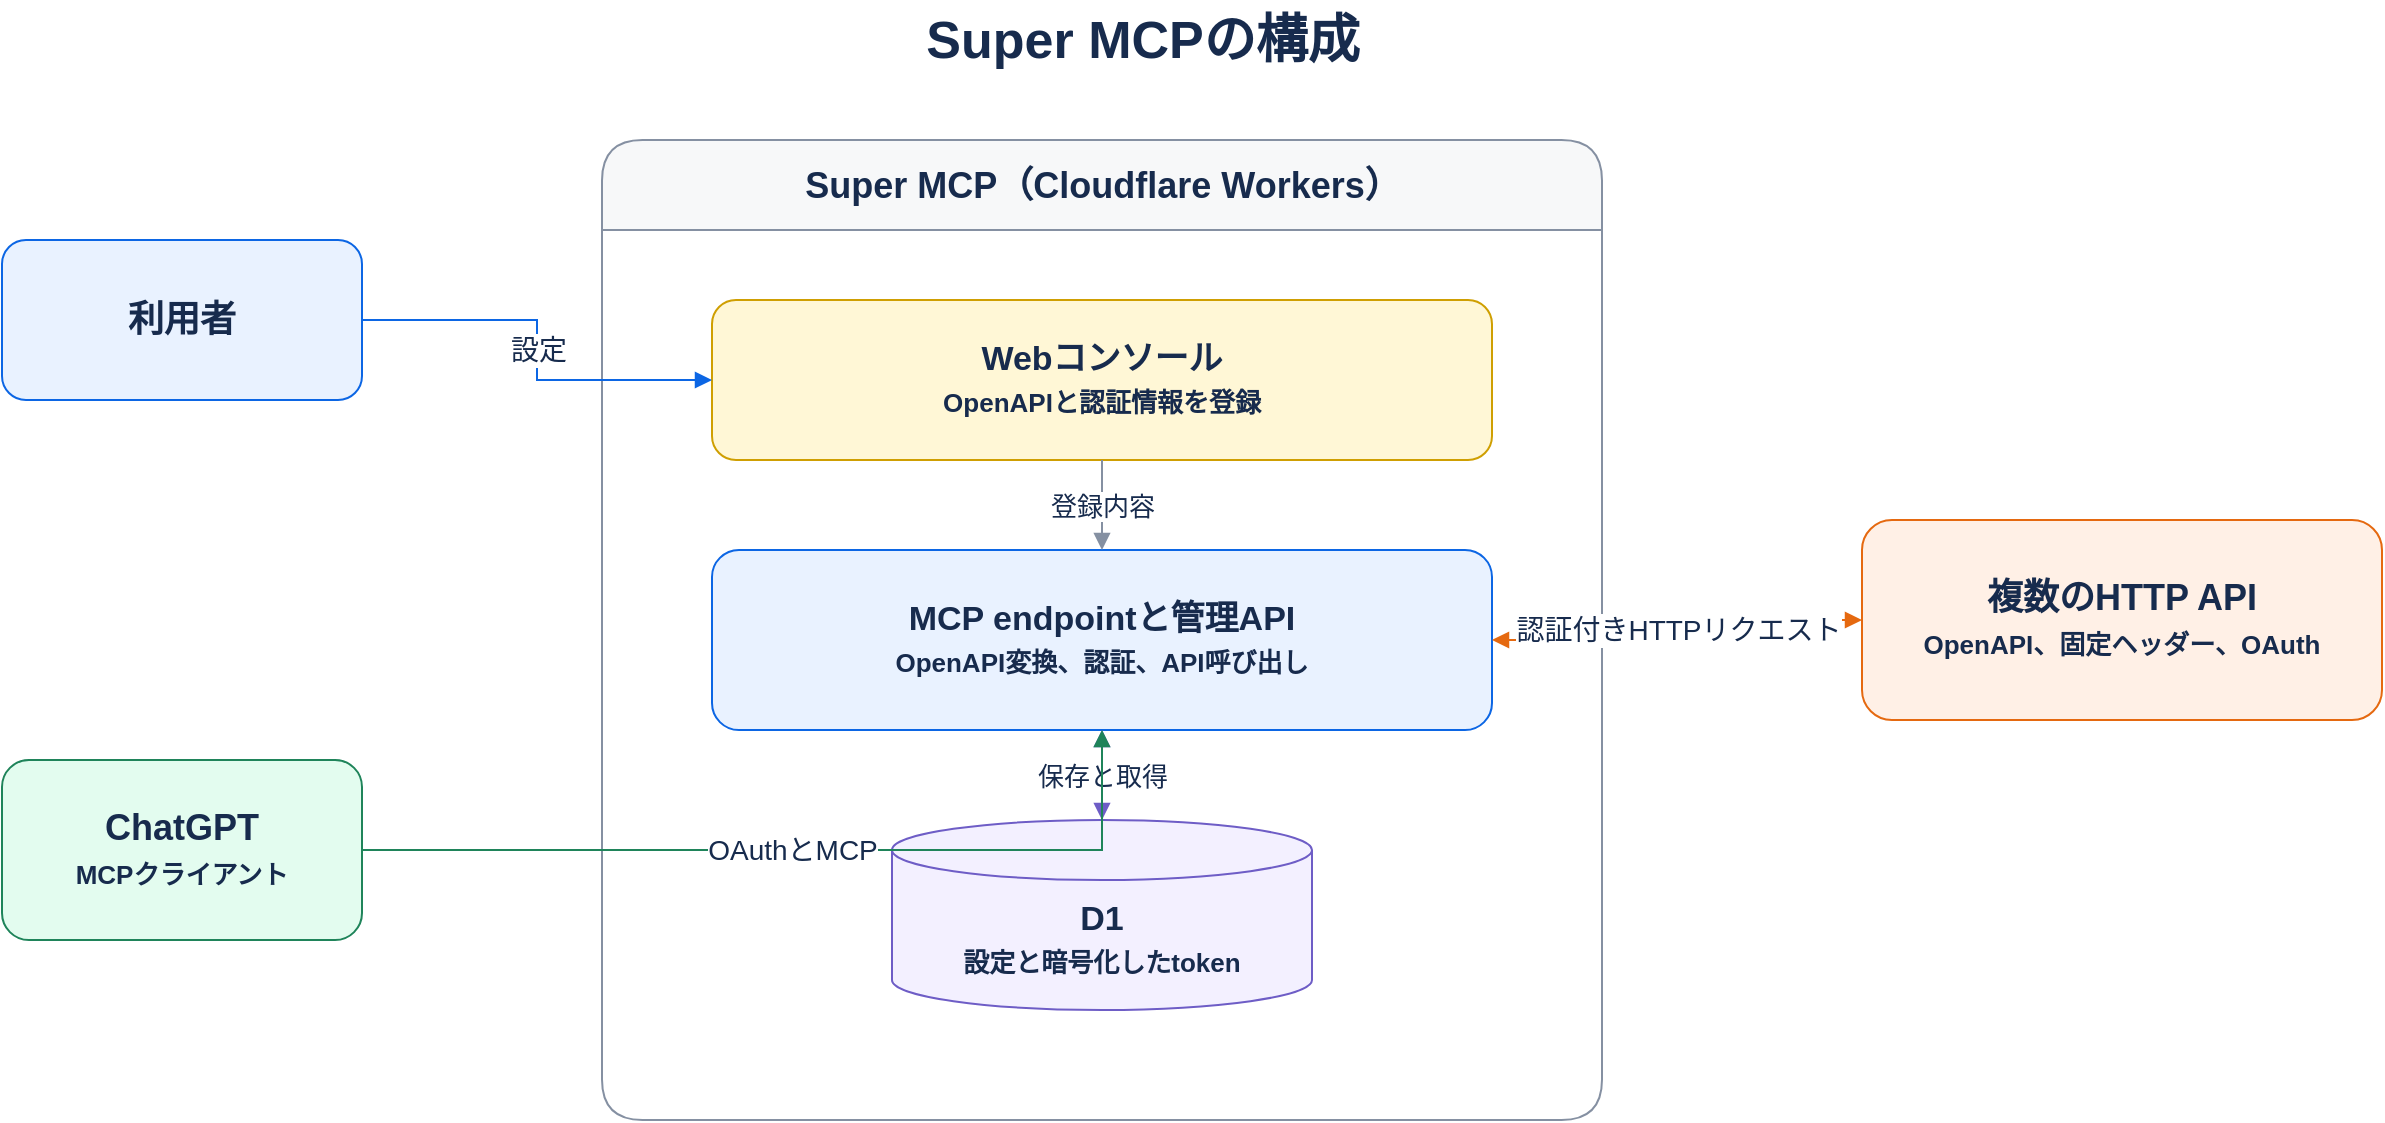
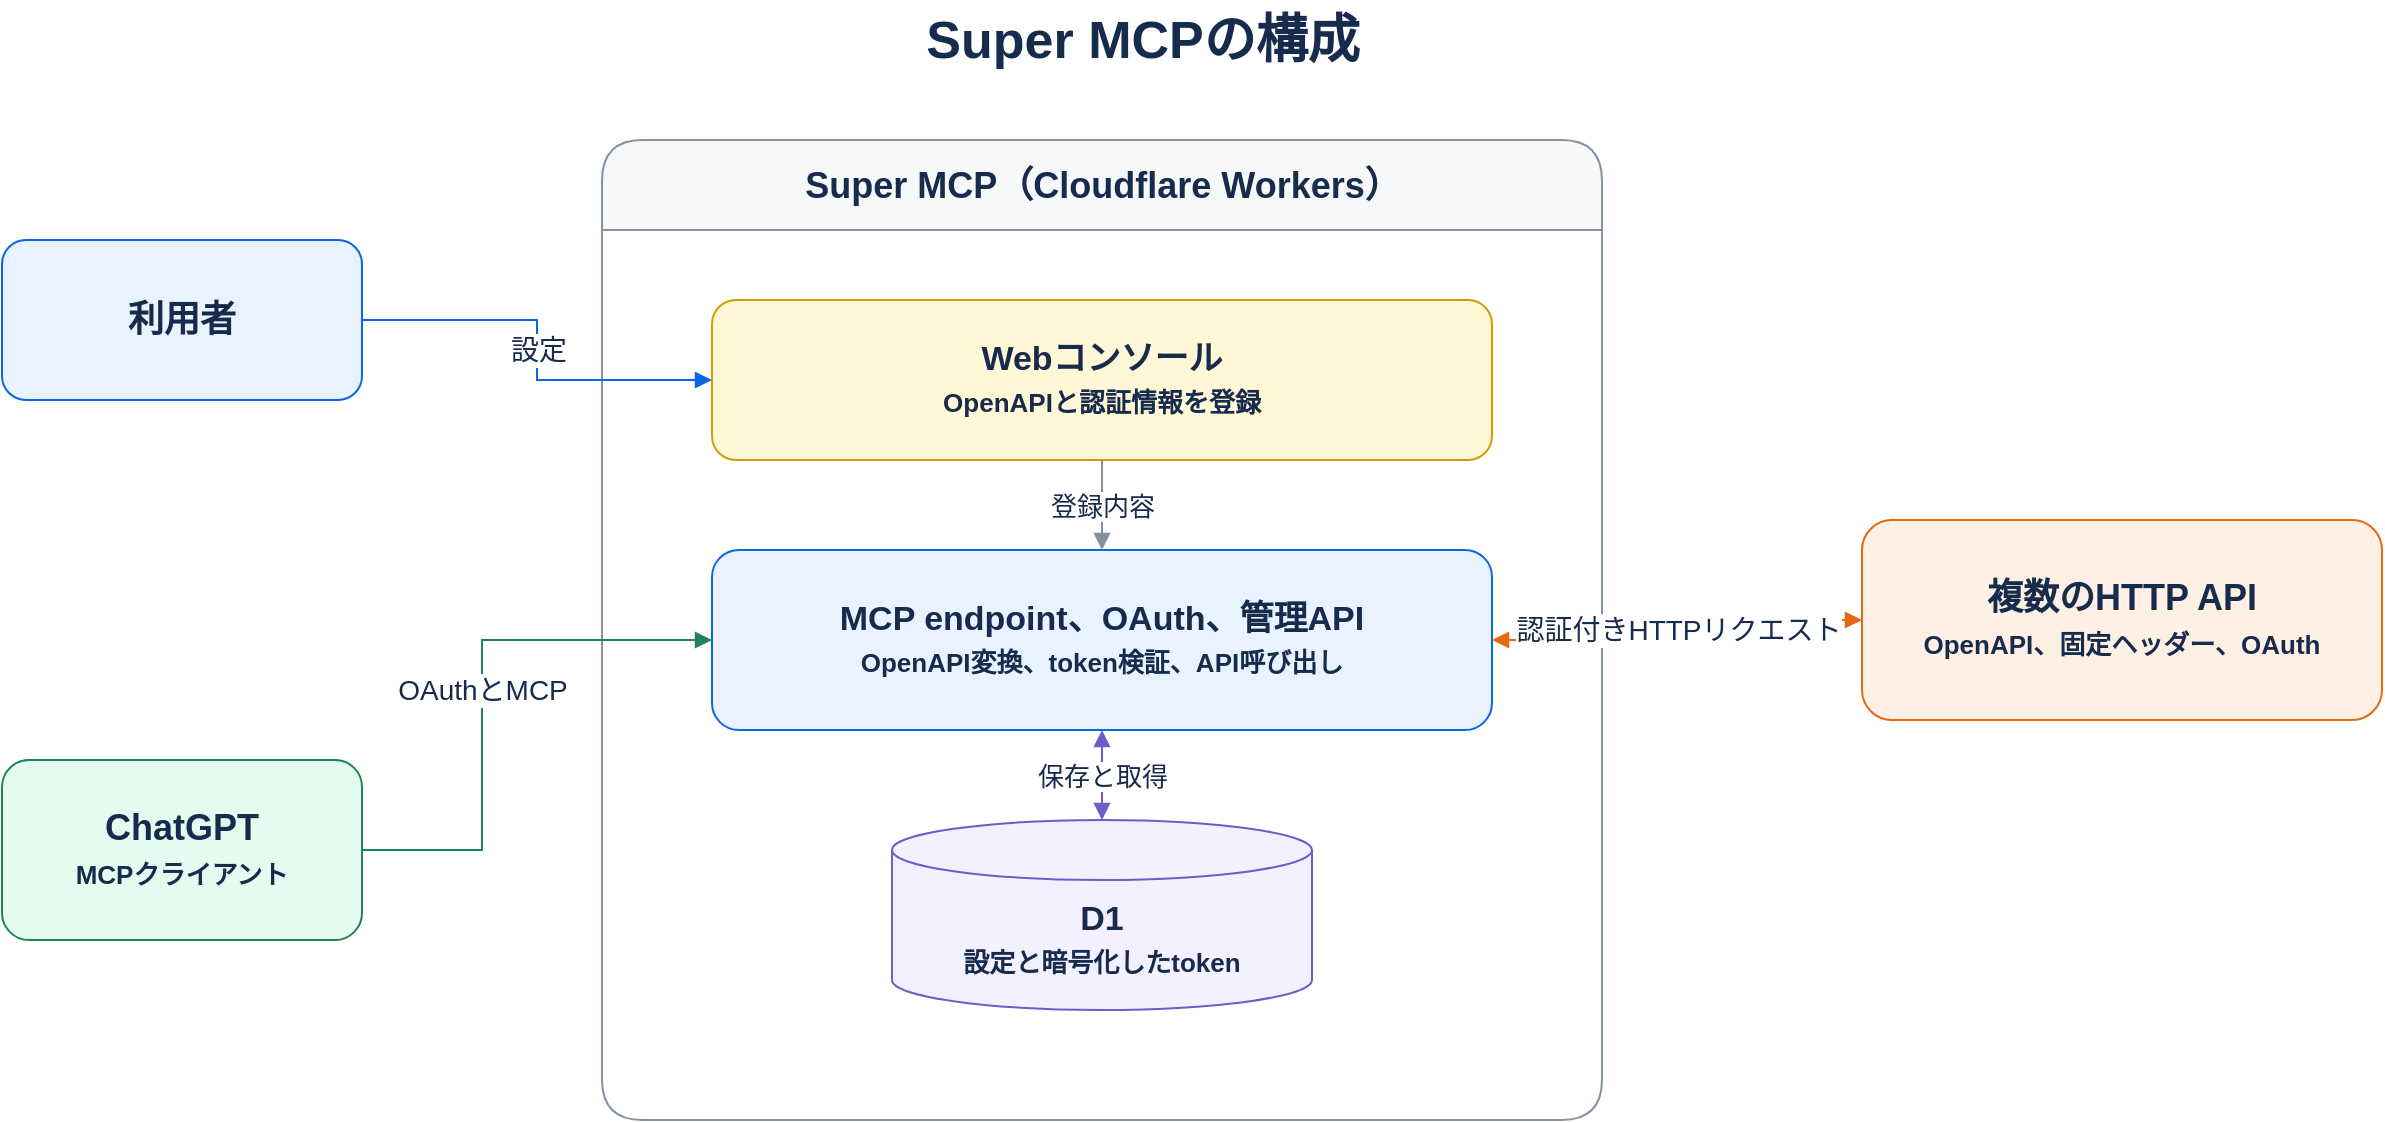
<mxfile host="app.diagrams.net" modified="2026-07-22T00:00:00.000Z" agent="Codex" version="24.7.17">
  <diagram id="meta-mcp-architecture" name="Page-1">
    <mxGraphModel dx="1422" dy="794" grid="1" gridSize="10" guides="1" tooltips="1" connect="1" arrows="1" fold="1" page="1" pageScale="1" pageWidth="1400" pageHeight="800" math="0" shadow="0">
      <root>
        <mxCell id="0" />
        <mxCell id="1" parent="0" />
        <mxCell id="title" value="Super MCPの構成" style="text;html=1;align=center;verticalAlign=middle;resizable=0;points=[];autosize=1;fontSize=26;fontStyle=1;fontColor=#172B4D;" vertex="1" parent="1">
          <mxGeometry x="515" y="40" width="230" height="40" as="geometry" />
        </mxCell>
        <mxCell id="user" value="利用者" style="rounded=1;whiteSpace=wrap;html=1;fillColor=#E9F2FF;strokeColor=#0C66E4;fontColor=#172B4D;fontSize=18;fontStyle=1;" vertex="1" parent="1">
          <mxGeometry x="60" y="160" width="180" height="80" as="geometry" />
        </mxCell>
        <mxCell id="chatgpt" value="ChatGPT&lt;br&gt;&lt;font style=&quot;font-size: 13px;&quot;&gt;MCPクライアント&lt;/font&gt;" style="rounded=1;whiteSpace=wrap;html=1;fillColor=#E3FCEF;strokeColor=#1F845A;fontColor=#172B4D;fontSize=18;fontStyle=1;" vertex="1" parent="1">
          <mxGeometry x="60" y="420" width="180" height="90" as="geometry" />
        </mxCell>
        <mxCell id="boundary" value="Super MCP（Cloudflare Workers）" style="swimlane;html=1;startSize=45;rounded=1;fillColor=#F7F8F9;strokeColor=#8590A2;fontColor=#172B4D;fontSize=18;fontStyle=1;" vertex="1" parent="1">
          <mxGeometry x="360" y="110" width="500" height="490" as="geometry" />
        </mxCell>
        <mxCell id="console" value="Webコンソール&lt;br&gt;&lt;font style=&quot;font-size: 13px;&quot;&gt;OpenAPIと認証情報を登録&lt;/font&gt;" style="rounded=1;whiteSpace=wrap;html=1;fillColor=#FFF7D6;strokeColor=#CF9F02;fontColor=#172B4D;fontSize=17;fontStyle=1;" vertex="1" parent="boundary">
          <mxGeometry x="55" y="80" width="390" height="80" as="geometry" />
        </mxCell>
-         <mxCell id="worker" value="MCP endpointと管理API&lt;br&gt;&lt;font style=&quot;font-size: 13px;&quot;&gt;OpenAPI変換、認証、API呼び出し&lt;/font&gt;" style="rounded=1;whiteSpace=wrap;html=1;fillColor=#E9F2FF;strokeColor=#0C66E4;fontColor=#172B4D;fontSize=17;fontStyle=1;" vertex="1" parent="boundary">
+         <mxCell id="worker" value="MCP endpoint、OAuth、管理API&lt;br&gt;&lt;font style=&quot;font-size: 13px;&quot;&gt;OpenAPI変換、token検証、API呼び出し&lt;/font&gt;" style="rounded=1;whiteSpace=wrap;html=1;fillColor=#E9F2FF;strokeColor=#0C66E4;fontColor=#172B4D;fontSize=17;fontStyle=1;" vertex="1" parent="boundary">
          <mxGeometry x="55" y="205" width="390" height="90" as="geometry" />
        </mxCell>
        <mxCell id="d1" value="D1&lt;br&gt;&lt;font style=&quot;font-size: 13px;&quot;&gt;設定と暗号化したtoken&lt;/font&gt;" style="shape=cylinder3;whiteSpace=wrap;html=1;boundedLbl=1;backgroundOutline=1;size=15;fillColor=#F3F0FF;strokeColor=#6E5DC6;fontColor=#172B4D;fontSize=17;fontStyle=1;" vertex="1" parent="boundary">
          <mxGeometry x="145" y="340" width="210" height="95" as="geometry" />
        </mxCell>
        <mxCell id="apis" value="複数のHTTP API&lt;br&gt;&lt;font style=&quot;font-size: 13px;&quot;&gt;OpenAPI、固定ヘッダー、OAuth&lt;/font&gt;" style="rounded=1;whiteSpace=wrap;html=1;fillColor=#FFF0E6;strokeColor=#E56910;fontColor=#172B4D;fontSize=18;fontStyle=1;" vertex="1" parent="1">
          <mxGeometry x="990" y="300" width="260" height="100" as="geometry" />
        </mxCell>
        <mxCell id="e-user-console" value="設定" style="edgeStyle=orthogonalEdgeStyle;rounded=0;orthogonalLoop=1;jettySize=auto;html=1;endArrow=block;endFill=1;strokeColor=#0C66E4;fontColor=#172B4D;fontSize=14;" edge="1" parent="1" source="user" target="console">
          <mxGeometry relative="1" as="geometry" />
        </mxCell>
-         <mxCell id="e-chat-worker" value="OAuthとMCP" style="edgeStyle=orthogonalEdgeStyle;rounded=0;orthogonalLoop=1;jettySize=auto;html=1;endArrow=block;endFill=1;strokeColor=#1F845A;fontColor=#172B4D;fontSize=14;" edge="1" parent="1" source="chatgpt" target="worker">
-           <mxGeometry relative="1" as="geometry" />
+         <mxCell id="e-chat-worker" value="OAuthとMCP" style="edgeStyle=orthogonalEdgeStyle;rounded=0;orthogonalLoop=1;jettySize=auto;html=1;endArrow=block;endFill=1;strokeColor=#1F845A;fontColor=#172B4D;fontSize=14;entryX=0;entryY=0.5;entryDx=0;entryDy=0;" edge="1" parent="1" source="chatgpt" target="worker">
+           <mxGeometry relative="1" as="geometry">
+             <Array as="points">
+               <mxPoint x="300" y="465" />
+               <mxPoint x="300" y="360" />
+             </Array>
+           </mxGeometry>
        </mxCell>
        <mxCell id="e-console-worker" value="登録内容" style="edgeStyle=orthogonalEdgeStyle;rounded=0;orthogonalLoop=1;jettySize=auto;html=1;endArrow=block;endFill=1;strokeColor=#8590A2;fontColor=#172B4D;fontSize=13;" edge="1" parent="boundary" source="console" target="worker">
          <mxGeometry relative="1" as="geometry" />
        </mxCell>
        <mxCell id="e-worker-d1" value="保存と取得" style="edgeStyle=orthogonalEdgeStyle;rounded=0;orthogonalLoop=1;jettySize=auto;html=1;startArrow=block;startFill=1;endArrow=block;endFill=1;strokeColor=#6E5DC6;fontColor=#172B4D;fontSize=13;" edge="1" parent="boundary" source="worker" target="d1">
          <mxGeometry relative="1" as="geometry" />
        </mxCell>
        <mxCell id="e-worker-apis" value="認証付きHTTPリクエスト" style="edgeStyle=orthogonalEdgeStyle;rounded=0;orthogonalLoop=1;jettySize=auto;html=1;startArrow=block;startFill=1;endArrow=block;endFill=1;strokeColor=#E56910;fontColor=#172B4D;fontSize=14;" edge="1" parent="1" source="worker" target="apis">
          <mxGeometry relative="1" as="geometry" />
        </mxCell>
      </root>
    </mxGraphModel>
  </diagram>
</mxfile>
